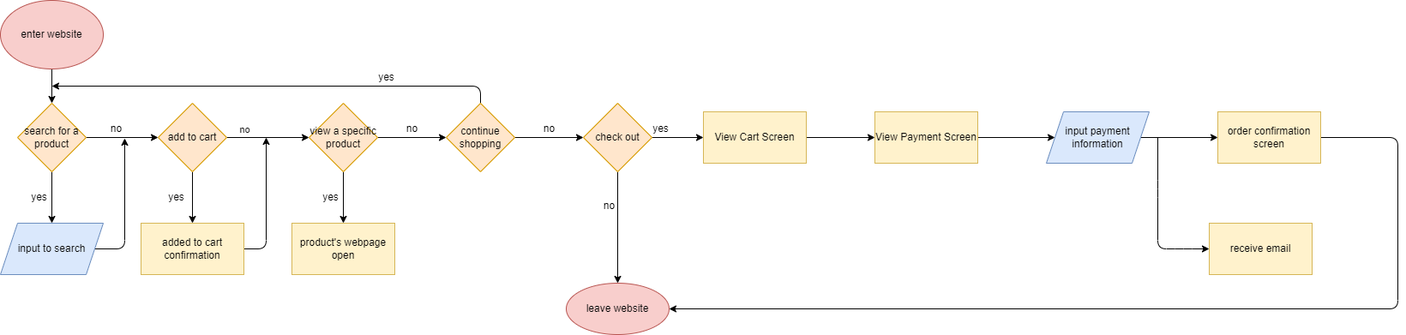
Before: explore/diagramming/diagram.drawio.png, a diagram exported from draw.io (Atomgroup530/fa22-cse110-lab4). Source tidied: cells renumbered, new cells last; positions are measured from the earlier drawing's top-left corner, leaving out a move shared by most shapes.
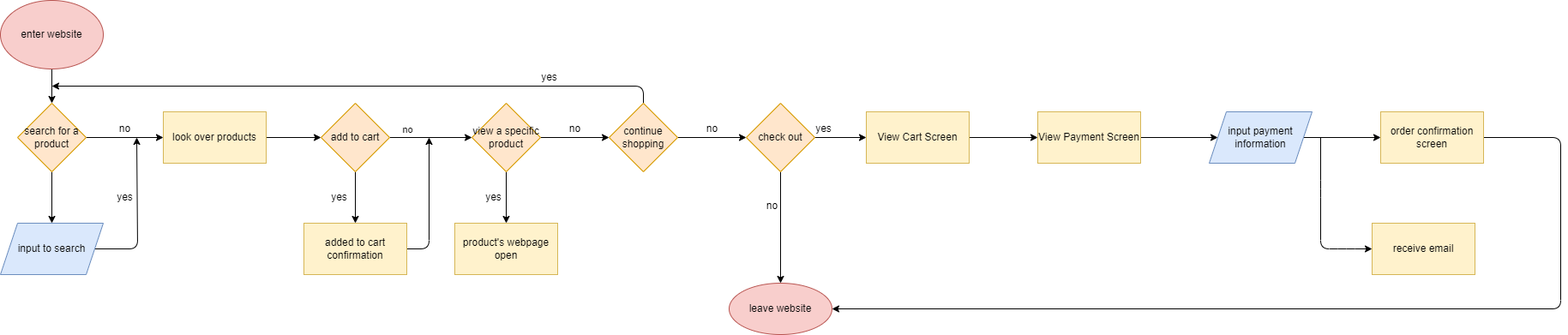
Above is the later version.

What changed in the source:
```diff
@@ -6,29 +6,29 @@
       <mxGeometry relative="1" as="geometry" />
     </mxCell>
     <mxCell id="3" value="enter website" style="ellipse;whiteSpace=wrap;html=1;fillColor=#f8cecc;strokeColor=#b85450;" parent="1" vertex="1">
-      <mxGeometry width="120" height="80" as="geometry" />
+      <mxGeometry x="-190" width="120" height="80" as="geometry" />
     </mxCell>
     <mxCell id="4" style="edgeStyle=none;html=1;" parent="1" edge="1" source="6" target="8">
       <mxGeometry relative="1" as="geometry" />
     </mxCell>
-    <mxCell id="5" style="edgeStyle=none;html=1;" parent="1" edge="1" source="6" target="13">
-      <mxGeometry relative="1" as="geometry" />
-    </mxCell>
+    <mxCell id="45" style="edgeStyle=none;html=1;entryX=0;entryY=0.5;entryDx=0;entryDy=0;" parent="1" edge="1" source="6" target="47">
+      <mxGeometry relative="1" as="geometry" />
+    </mxCell>
     <mxCell id="6" value="search for a product" style="rhombus;whiteSpace=wrap;html=1;fillColor=#ffe6cc;strokeColor=#d79b00;" parent="1" vertex="1">
-      <mxGeometry x="20" y="120" width="80" height="80" as="geometry" />
+      <mxGeometry x="-170" y="120" width="80" height="80" as="geometry" />
     </mxCell>
-    <mxCell id="7" style="edgeStyle=none;html=1;exitX=1;exitY=0.5;exitDx=0;exitDy=0;entryX=0.833;entryY=1.05;entryDx=0;entryDy=0;entryPerimeter=0;" parent="1" edge="1" source="8" target="14">
+    <mxCell id="7" style="edgeStyle=none;html=1;exitX=1;exitY=0.5;exitDx=0;exitDy=0;entryX=0.967;entryY=1;entryDx=0;entryDy=0;entryPerimeter=0;" parent="1" edge="1" source="8" target="14">
       <mxGeometry relative="1" as="geometry">
         <Array as="points">
-          <mxPoint x="145" y="290" />
+          <mxPoint x="-30" y="290" />
         </Array>
       </mxGeometry>
     </mxCell>
     <mxCell id="8" value="input to search" style="shape=parallelogram;perimeter=parallelogramPerimeter;whiteSpace=wrap;html=1;fixedSize=1;fillColor=#dae8fc;strokeColor=#6c8ebf;" parent="1" vertex="1">
-      <mxGeometry y="260" width="120" height="60" as="geometry" />
+      <mxGeometry x="-190" y="260" width="120" height="60" as="geometry" />
     </mxCell>
     <mxCell id="9" value="yes" style="text;html=1;align=center;verticalAlign=middle;strokeColor=none;fillColor=none;" parent="1" vertex="1">
-      <mxGeometry x="30" y="220" width="30" height="20" as="geometry" />
+      <mxGeometry x="-60" y="220" width="30" height="20" as="geometry" />
     </mxCell>
     <mxCell id="10" style="edgeStyle=none;html=1;" parent="1" edge="1" source="13" target="16">
       <mxGeometry relative="1" as="geometry" />
@@ -45,7 +45,7 @@
       <mxGeometry x="184" y="120" width="80" height="80" as="geometry" />
     </mxCell>
     <mxCell id="14" value="no" style="text;html=1;align=center;verticalAlign=middle;points=[];strokeColor=none;fillColor=none;" parent="1" vertex="1">
-      <mxGeometry x="120" y="140" width="30" height="20" as="geometry" />
+      <mxGeometry x="-60" y="140" width="30" height="20" as="geometry" />
     </mxCell>
     <mxCell id="15" style="edgeStyle=none;html=1;exitX=1;exitY=0.5;exitDx=0;exitDy=0;" parent="1" edge="1" source="16">
       <mxGeometry relative="1" as="geometry">
@@ -78,7 +78,7 @@
     </mxCell>
     <mxCell id="23" style="edgeStyle=none;html=1;exitX=0.5;exitY=0;exitDx=0;exitDy=0;" parent="1" edge="1" source="25">
       <mxGeometry relative="1" as="geometry">
-        <mxPoint x="60" y="100" as="targetPoint" />
+        <mxPoint x="-130" y="100" as="targetPoint" />
         <Array as="points">
           <mxPoint x="560" y="100" />
         </Array>
@@ -159,5 +159,11 @@
     <mxCell id="44" value="receive email" style="rounded=0;whiteSpace=wrap;html=1;fillColor=#fff2cc;strokeColor=#d6b656;" parent="1" vertex="1">
       <mxGeometry x="1410" y="260" width="120" height="60" as="geometry" />
     </mxCell>
+    <mxCell id="46" style="edgeStyle=none;html=1;exitX=1;exitY=0.5;exitDx=0;exitDy=0;entryX=0;entryY=0.5;entryDx=0;entryDy=0;" parent="1" edge="1" source="47" target="13">
+      <mxGeometry relative="1" as="geometry" />
+    </mxCell>
+    <mxCell id="47" value="look over products" style="rounded=0;whiteSpace=wrap;html=1;fillColor=#fff2cc;strokeColor=#d6b656;" parent="1" vertex="1">
+      <mxGeometry y="130" width="120" height="60" as="geometry" />
+    </mxCell>
   </root>
 </mxGraphModel>
```
